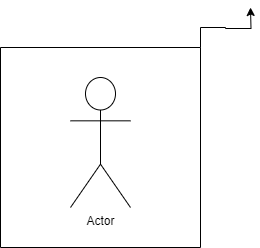
The draw.io diagram perpus-digital.drawio.png in apollopy-tech/perpus-digital, before a commit. Source tidied: cells renumbered, new cells last; positions are measured from the earlier drawing's top-left corner, leaving out a move shared by most shapes.
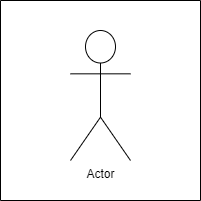
The same diagram one commit later.

Diff of the diagram source:
```diff
@@ -2,11 +2,6 @@
   <root>
     <mxCell id="0" />
     <mxCell id="1" parent="0" />
-    <mxCell id="2" style="edgeStyle=orthogonalEdgeStyle;rounded=0;jettySize=auto;html=1;exitX=1;exitY=0;exitDx=0;exitDy=0;" parent="1" edge="1" source="3">
-      <mxGeometry relative="1" as="geometry">
-        <mxPoint x="250" as="targetPoint" />
-      </mxGeometry>
-    </mxCell>
     <mxCell id="3" style="swimlane;startSize=0;" parent="1" vertex="1">
       <mxGeometry y="40" width="200" height="200" as="geometry" />
     </mxCell>
```
